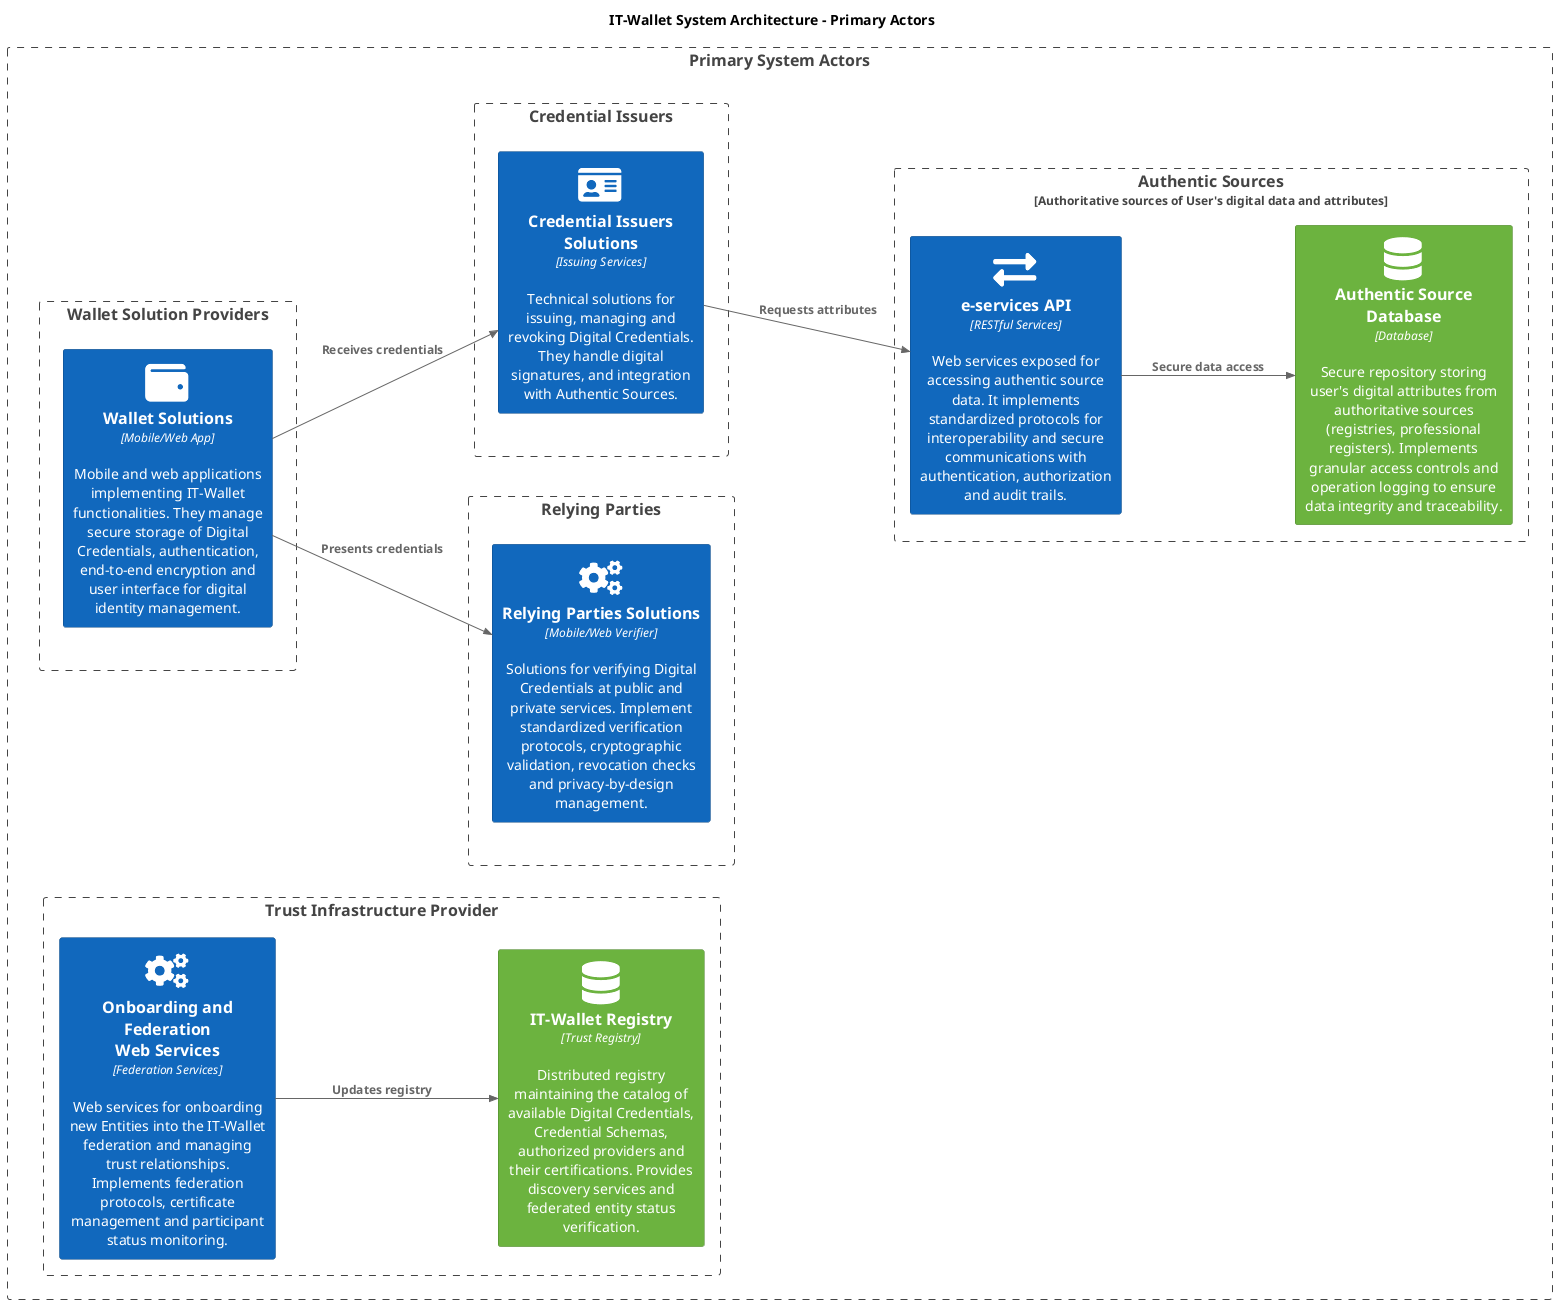
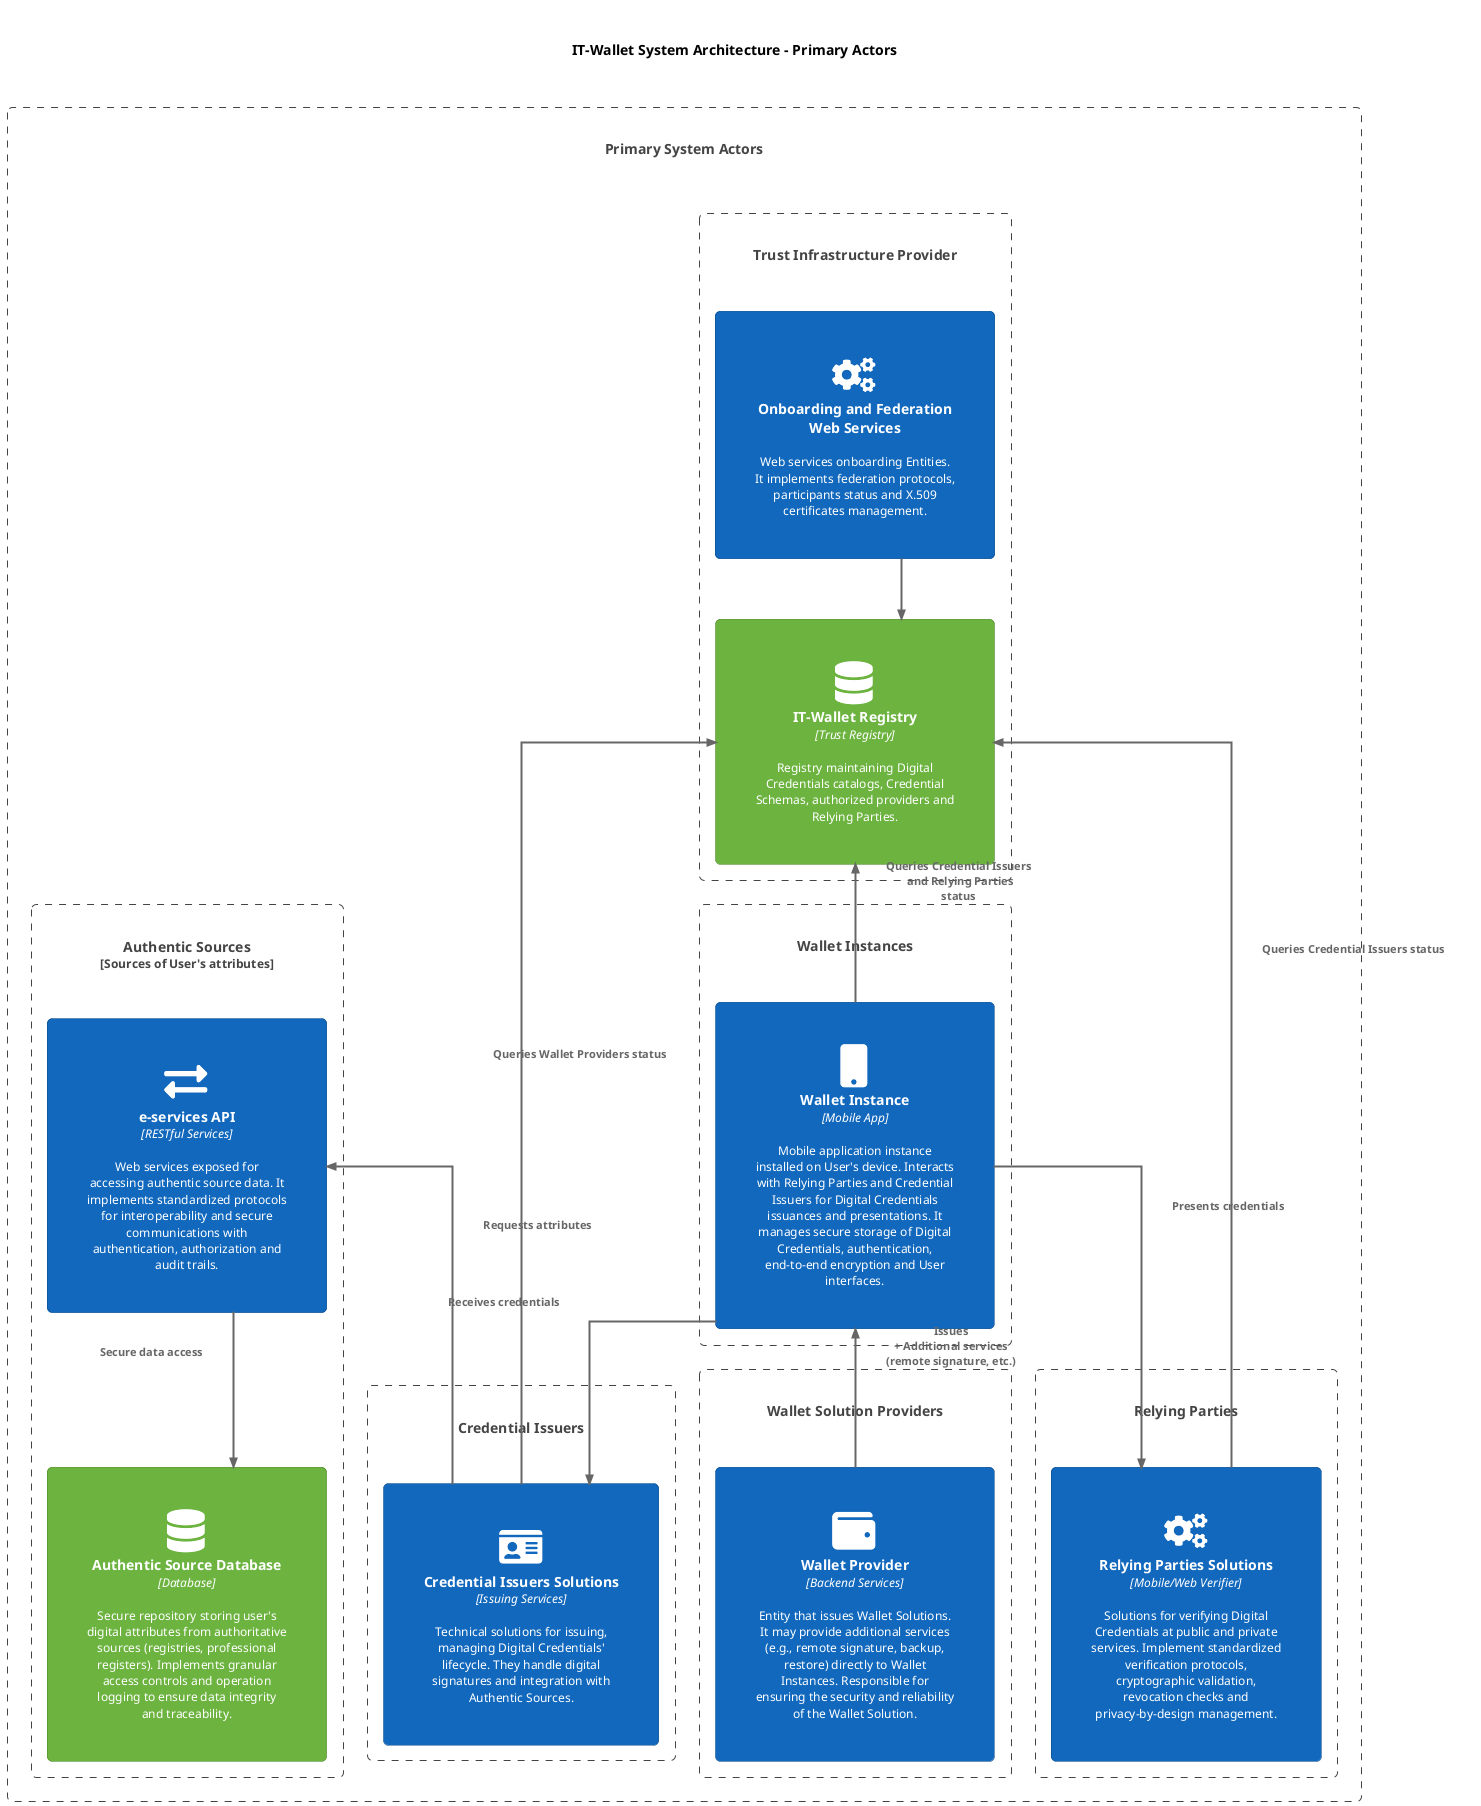
@startuml IT-Wallet_System_Architecture_Primary
!include <C4/C4_Component>
HIDE_STEREOTYPE()
- ' skinparam linetype ortho
- LAYOUT_LEFT_RIGHT()
- ' LAYOUT_TOP_DOWN()
+ skinparam linetype ortho
' Define SPRITES
!include <tupadr3/common>
!include <tupadr3/font-awesome-5/certificate>
!include <tupadr3/font-awesome-5/database>
!include <tupadr3/font-awesome-5/cogs>
!include <tupadr3/font-awesome-5/id_card>
!include <tupadr3/font-awesome-5/exchange_alt>
!include <tupadr3/font-awesome-5/wallet>
+ !include <tupadr3/font-awesome-5/mobile>
!include <tupadr3/font-awesome/institution>

' Custom styles
AddElementTag("external", $bgColor="#999999", $fontColor="white", $borderColor="grey")
AddElementTag("primary", $bgColor="#1168bd", $fontColor="white", $borderColor="#0b4884")
AddElementTag("tech", $bgColor="#6cb33f", $fontColor="white", $borderColor="#4a8329")
AddElementTag("governance", $bgColor="#8A398F", $fontColor="white", $borderColor="#55235A")

+ ' Enlarge diagram with spacing
+ skinparam padding 30
+ skinparam defaultFontSize 12
+ skinparam component {
+     Padding 25
+     Margin 25
+ }
+ skinparam container {
+     Padding 35
+     Margin 35
+ }
+ skinparam boundary {
+     Padding 50
+     Margin 50
+ }
+ skinparam arrow {
+     Thickness 2
+     FontSize 11
+ }
+ skinparam maxMessageSize 200
+ skinparam roundcorner 10
+ skinparam shadowing false
+ 
title IT-Wallet System Architecture - Primary Actors


- ' Primary Actors
Boundary(primary, "Primary System Actors") {
-     Boundary(authentic_sources, "Authentic Sources", "Authoritative sources of User's digital data and attributes"){
- 
-         Component(as_api, "e-services API", "RESTful Services", "Web services exposed for accessing authentic source data. It implements standardized protocols for interoperability and secure communications with authentication, authorization and audit trails.", $tags="primary", $sprite="exchange_alt")
- 
-         Component(as_db, "Authentic Source Database", "Database", "Secure repository storing user's digital attributes from authoritative sources (registries, professional registers). Implements granular access controls and operation logging to ensure data integrity and traceability.", $tags="tech", $sprite="database")
- 
-         Rel_D(as_api,as_db,"Secure data access")
- 
+     ' Row 1: Trust Infrastructure Provider and Authentic Sources
+     Boundary(ta, "Trust Infrastructure Provider", ""){
+         Component(ta_services, "Onboarding and Federation\nWeb Services", "", "Web services onboarding Entities. It implements federation protocols, participants status and X.509 certificates management.",$tags="primary", $sprite="cogs")
+         Component(trust_registry, "IT-Wallet Registry", "Trust Registry", "Registry maintaining Digital Credentials catalogs, Credential Schemas, authorized providers and Relying Parties.", $tags="tech", $sprite="database")
+         Rel_D(ta_services,trust_registry,"")
    }

-     ' Aligned providers on the same level
-     Boundary(wallet_provider, "Wallet Solution Providers", "") {
-         Container(ws, "Wallet Solutions", "Mobile/Web App", "Mobile and web applications implementing IT-Wallet functionalities. They manage secure storage of Digital Credentials, authentication, end-to-end encryption and user interface for digital identity management.", $tags="primary",$sprite="wallet")
+     Boundary(authentic_sources, "Authentic Sources", "Sources of User's attributes"){
+         Component(as_api, "e-services API", "RESTful Services", "Web services exposed for accessing authentic source data. It implements standardized protocols for interoperability and secure communications with authentication, authorization and audit trails.", $tags="primary", $sprite="exchange_alt")
+         Component(as_db, "Authentic Source Database", "Database", "Secure repository storing user's digital attributes from authoritative sources (registries, professional registers). Implements granular access controls and operation logging to ensure data integrity and traceability.", $tags="tech", $sprite="database")
+         Rel_D(as_api,as_db,"Secure data access")
    }

+     ' Row 2: Credential Issuers, Wallet Instance, Relying Parties
    Boundary(dc_provider, "Credential Issuers", "") {
-         Container(dc_solution, "Credential Issuers Solutions", "Issuing Services", "Technical solutions for issuing, managing and revoking Digital Credentials. They handle digital signatures, and integration with Authentic Sources.", $tags="primary",$sprite="id_card")
+         Container(dc_solution, "Credential Issuers Solutions", "Issuing Services", "Technical solutions for issuing, managing Digital Credentials' lifecycle. They handle digital signatures and integration with Authentic Sources.", $tags="primary",$sprite="id_card")
+     }
+ 
+     Boundary(wallet_instance_boundary, "Wallet Instances", "") {
+         Container(wi, "Wallet Instance", "Mobile App", "Mobile application instance installed on User's device. Interacts with Relying Parties and Credential Issuers for Digital Credentials issuances and presentations. It manages secure storage of Digital Credentials, authentication, end-to-end encryption and User interfaces.", $tags="primary",$sprite="mobile")
    }

    Boundary(rp_provider, "Relying Parties", "") {
        Container(rp_solution, "Relying Parties Solutions", "Mobile/Web Verifier", "Solutions for verifying Digital Credentials at public and private services. Implement standardized verification protocols, cryptographic validation, revocation checks and privacy-by-design management.", $tags="primary",$sprite="cogs")
    }

-     Boundary(ta, "Trust Infrastructure Provider", ""){
-         Component(ta_services, "Onboarding and Federation\nWeb Services", "Federation Services", "Web services for onboarding new Entities into the IT-Wallet federation and managing trust relationships. Implements federation protocols, certificate management and participant status monitoring.",$tags="primary", $sprite="cogs")
- 
-         Component(trust_registry, "IT-Wallet Registry", "Trust Registry", "Distributed registry maintaining the catalog of available Digital Credentials, Credential Schemas, authorized providers and their certifications. Provides discovery services and federated entity status verification.", $tags="tech", $sprite="database")
- 
-         Rel_D(ta_services,trust_registry,"Updates registry")
+     ' Row 3: Wallet Provider
+     Boundary(wallet_provider_boundary, "Wallet Solution Providers", "") {
+         Container(wp, "Wallet Provider", "Backend Services", "Entity that issues Wallet Solutions. It may provide additional services (e.g., remote signature, backup, restore) directly to Wallet Instances. Responsible for ensuring the security and reliability of the Wallet Solution.", $tags="primary",$sprite="wallet")
    }
- 
-     Lay_U(as_api,dc_provider)
-     Lay_U(dc_provider,wallet_provider)
-     Lay_U(wallet_provider,rp_provider)
-     Lay_U(rp_provider,ta_services)
}

+ ' Key relationships for architecture understanding
+ Rel_U(dc_solution, as_api, "Requests attributes")
+ Rel_U(wp, wi, "Issues\n+ Additional services\n(remote signature, etc.)")
+ Rel(wi, dc_solution, "Receives credentials")
+ Rel(wi, rp_solution, "Presents credentials")
+ Rel_U(rp_solution, trust_registry, "Queries Credential Issuers status")
+ Rel_U(wi, trust_registry, "Queries Credential Issuers\n and Relying Parties\nstatus")
+ Rel_U(dc_solution, trust_registry, "Queries Wallet Providers status")

- ' Key relationships for architecture understanding
- Rel(dc_solution, as_api, "Requests attributes")
- Rel(ws, dc_solution, "Receives credentials")
- Rel(ws, rp_solution, "Presents credentials")
- 
- 
- 
+ ' Layout commands for horizontal inner elements
+ Lay_R(ta_services, trust_registry)
+ Lay_R(as_api, as_db)

@enduml